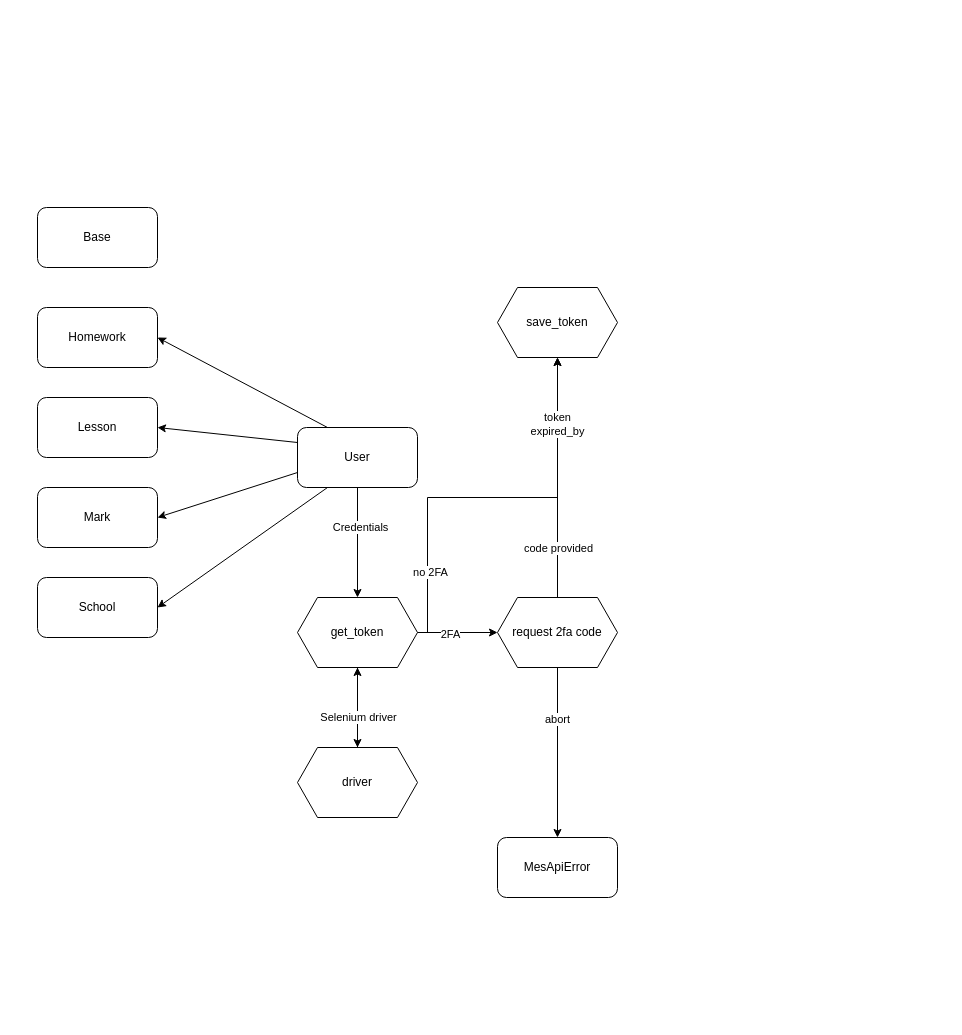
Above: MES.drawio in Mootfrost777/Diagrams (draw.io), before the change. Source tidied: cells renumbered, new cells numbered last; positions are measured from the earlier drawing's top-left corner, leaving out a move shared by most shapes. Both pictures are drawn from the tidied source at 100%, with x=0, y=0 at pixel (37, 207).
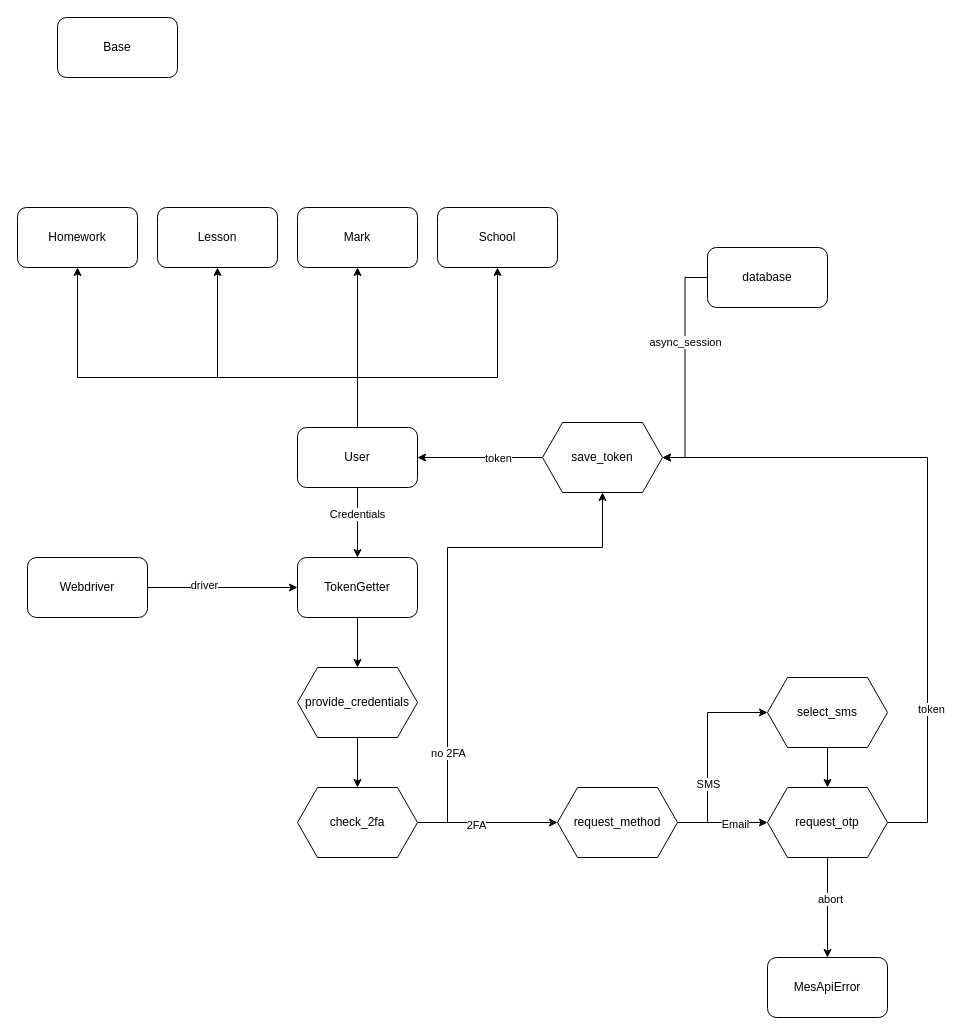
The same page after the edit.

What changed in the source:
```diff
@@
     <mxCell id="2" value="Base" style="rounded=1;whiteSpace=wrap;html=1;" parent="1" vertex="1">
-      <mxGeometry width="120" height="60" as="geometry" />
+      <mxGeometry x="20" y="-190" width="120" height="60" as="geometry" />
     </mxCell>
     <mxCell id="3" value="Homework" style="rounded=1;whiteSpace=wrap;html=1;" parent="1" vertex="1">
-      <mxGeometry y="100" width="120" height="60" as="geometry" />
+      <mxGeometry x="-20" width="120" height="60" as="geometry" />
     </mxCell>
     <mxCell id="4" value="Lesson" style="rounded=1;whiteSpace=wrap;html=1;" parent="1" vertex="1">
-      <mxGeometry y="190" width="120" height="60" as="geometry" />
+      <mxGeometry x="120" width="120" height="60" as="geometry" />
     </mxCell>
     <mxCell id="5" value="Mark" style="rounded=1;whiteSpace=wrap;html=1;" parent="1" vertex="1">
-      <mxGeometry y="280" width="120" height="60" as="geometry" />
+      <mxGeometry x="260" width="120" height="60" as="geometry" />
     </mxCell>
     <mxCell id="6" value="School" style="rounded=1;whiteSpace=wrap;html=1;" parent="1" vertex="1">
-      <mxGeometry y="370" width="120" height="60" as="geometry" />
+      <mxGeometry x="400" width="120" height="60" as="geometry" />
     </mxCell>
-    <mxCell id="7" style="edgeStyle=orthogonalEdgeStyle;rounded=0;jettySize=auto;html=1;" parent="1" edge="1" source="9" target="19">
-      <mxGeometry relative="1" as="geometry" />
-    </mxCell>
+    <mxCell id="31" style="edgeStyle=orthogonalEdgeStyle;rounded=0;jettySize=auto;html=1;entryX=0.5;entryY=0;entryDx=0;entryDy=0;" parent="1" edge="1" source="9" target="40">
+      <mxGeometry relative="1" as="geometry" />
+    </mxCell>
-    <mxCell id="8" value="Credentials" style="edgeLabel;html=1;align=center;verticalAlign=middle;" parent="7" vertex="1">
-      <mxGeometry x="-0.29" y="2" relative="1" as="geometry" />
+    <mxCell id="8" value="Credentials" style="edgeLabel;html=1;align=center;verticalAlign=middle;" parent="31" vertex="1">
+      <mxGeometry x="-0.26" y="-1" relative="1" as="geometry" />
     </mxCell>
-    <mxCell id="9" value="User" style="rounded=1;whiteSpace=wrap;html=1;" parent="1" vertex="1">
-      <mxGeometry x="260" y="220" width="120" height="60" as="geometry" />
-    </mxCell>
+    <mxCell id="12" style="edgeStyle=orthogonalEdgeStyle;rounded=0;jettySize=auto;html=1;entryX=0.5;entryY=1;entryDx=0;entryDy=0;" parent="1" edge="1" source="9" target="3">
+      <mxGeometry relative="1" as="geometry">
+        <Array as="points">
+          <mxPoint x="320" y="170" />
+          <mxPoint x="40" y="170" />
+        </Array>
+      </mxGeometry>
+    </mxCell>
-    <mxCell id="10" style="endArrow=classic;html=1;rounded=0;exitX=0;exitY=0.25;exitDx=0;exitDy=0;entryX=1;entryY=0.5;entryDx=0;entryDy=0;" parent="1" edge="1" source="9" target="4">
-      <mxGeometry relative="1" as="geometry" />
+    <mxCell id="10" style="edgeStyle=orthogonalEdgeStyle;rounded=0;jettySize=auto;html=1;entryX=0.5;entryY=1;entryDx=0;entryDy=0;" parent="1" edge="1" source="9" target="4">
+      <mxGeometry relative="1" as="geometry">
+        <Array as="points">
+          <mxPoint x="320" y="170" />
+          <mxPoint x="180" y="170" />
+        </Array>
+      </mxGeometry>
     </mxCell>
-    <mxCell id="11" style="endArrow=classic;html=1;rounded=0;exitX=0;exitY=0.75;exitDx=0;exitDy=0;entryX=1;entryY=0.5;entryDx=0;entryDy=0;" parent="1" edge="1" source="9" target="5">
+    <mxCell id="11" style="edgeStyle=orthogonalEdgeStyle;rounded=0;jettySize=auto;html=1;entryX=0.5;entryY=1;entryDx=0;entryDy=0;" parent="1" edge="1" source="9" target="5">
       <mxGeometry relative="1" as="geometry" />
     </mxCell>
-    <mxCell id="12" style="endArrow=classic;html=1;rounded=0;exitX=0.25;exitY=0;exitDx=0;exitDy=0;entryX=1;entryY=0.5;entryDx=0;entryDy=0;" parent="1" edge="1" source="9" target="3">
-      <mxGeometry relative="1" as="geometry" />
-    </mxCell>
-    <mxCell id="13" style="endArrow=classic;html=1;rounded=0;exitX=0.25;exitY=1;exitDx=0;exitDy=0;entryX=1;entryY=0.5;entryDx=0;entryDy=0;" parent="1" edge="1" source="9" target="6">
-      <mxGeometry relative="1" as="geometry" />
+    <mxCell id="13" style="edgeStyle=orthogonalEdgeStyle;rounded=0;jettySize=auto;html=1;entryX=0.5;entryY=1;entryDx=0;entryDy=0;" parent="1" edge="1" source="9" target="6">
+      <mxGeometry relative="1" as="geometry">
+        <Array as="points">
+          <mxPoint x="320" y="170" />
+          <mxPoint x="460" y="170" />
+        </Array>
+      </mxGeometry>
     </mxCell>
-    <mxCell id="14" style="edgeStyle=orthogonalEdgeStyle;rounded=0;jettySize=auto;html=1;entryX=0;entryY=0.5;entryDx=0;entryDy=0;" parent="1" edge="1" source="19" target="25">
-      <mxGeometry relative="1" as="geometry" />
-    </mxCell>
+    <mxCell id="9" value="User" style="rounded=1;whiteSpace=wrap;html=1;" parent="1" vertex="1">
+      <mxGeometry x="260" y="220" width="120" height="60" as="geometry" />
+    </mxCell>
+    <mxCell id="32" style="edgeStyle=orthogonalEdgeStyle;rounded=0;jettySize=auto;html=1;entryX=0.5;entryY=0;entryDx=0;entryDy=0;" parent="1" edge="1" source="19" target="52">
+      <mxGeometry relative="1" as="geometry" />
+    </mxCell>
+    <mxCell id="19" value="provide_credentials" style="shape=hexagon;perimeter=hexagonPerimeter2;whiteSpace=wrap;html=1;fixedSize=1;" parent="1" vertex="1">
+      <mxGeometry x="260" y="460" width="120" height="70" as="geometry" />
+    </mxCell>
+    <mxCell id="33" style="edgeStyle=orthogonalEdgeStyle;rounded=0;jettySize=auto;html=1;entryX=0;entryY=0.5;entryDx=0;entryDy=0;" parent="1" edge="1" source="25" target="49">
+      <mxGeometry relative="1" as="geometry">
+        <Array as="points">
+          <mxPoint x="670" y="615" />
+          <mxPoint x="670" y="505" />
+        </Array>
+      </mxGeometry>
+    </mxCell>
+    <mxCell id="34" value="SMS" style="edgeLabel;html=1;align=center;verticalAlign=middle;" parent="33" vertex="1">
+      <mxGeometry x="0.22" relative="1" as="geometry">
+        <mxPoint y="53" as="offset" />
+      </mxGeometry>
+    </mxCell>
+    <mxCell id="35" style="edgeStyle=orthogonalEdgeStyle;rounded=0;jettySize=auto;html=1;entryX=0;entryY=0.5;entryDx=0;entryDy=0;" parent="1" edge="1" source="25" target="47">
+      <mxGeometry relative="1" as="geometry" />
+    </mxCell>
+    <mxCell id="36" value="Email" style="edgeLabel;html=1;align=center;verticalAlign=middle;" parent="35" vertex="1">
+      <mxGeometry x="0.27" y="-1" relative="1" as="geometry" />
+    </mxCell>
+    <mxCell id="25" value="request_method" style="shape=hexagon;perimeter=hexagonPerimeter2;whiteSpace=wrap;html=1;fixedSize=1;" parent="1" vertex="1">
+      <mxGeometry x="520" y="580" width="120" height="70" as="geometry" />
+    </mxCell>
+    <mxCell id="29" value="MesApiError" style="rounded=1;whiteSpace=wrap;html=1;" parent="1" vertex="1">
+      <mxGeometry x="730" y="750" width="120" height="60" as="geometry" />
+    </mxCell>
+    <mxCell id="37" style="edgeStyle=orthogonalEdgeStyle;rounded=0;jettySize=auto;html=1;entryX=1;entryY=0.5;entryDx=0;entryDy=0;" parent="1" edge="1" source="30" target="9">
+      <mxGeometry relative="1" as="geometry" />
+    </mxCell>
+    <mxCell id="38" value="token" style="edgeLabel;html=1;align=center;verticalAlign=middle;" parent="37" vertex="1">
+      <mxGeometry x="0.18" y="2" relative="1" as="geometry">
+        <mxPoint x="29" y="-2" as="offset" />
+      </mxGeometry>
+    </mxCell>
+    <mxCell id="30" value="save_token" style="shape=hexagon;perimeter=hexagonPerimeter2;whiteSpace=wrap;html=1;fixedSize=1;" parent="1" vertex="1">
+      <mxGeometry x="505" y="215" width="120" height="70" as="geometry" />
+    </mxCell>
+    <mxCell id="39" style="edgeStyle=orthogonalEdgeStyle;rounded=0;jettySize=auto;html=1;" parent="1" edge="1" source="40" target="19">
+      <mxGeometry relative="1" as="geometry" />
+    </mxCell>
+    <mxCell id="40" value="TokenGetter" style="rounded=1;whiteSpace=wrap;html=1;" parent="1" vertex="1">
+      <mxGeometry x="260" y="350" width="120" height="60" as="geometry" />
+    </mxCell>
+    <mxCell id="41" style="edgeStyle=orthogonalEdgeStyle;rounded=0;jettySize=auto;html=1;entryX=1;entryY=0.5;entryDx=0;entryDy=0;" parent="1" edge="1" source="43" target="30">
+      <mxGeometry relative="1" as="geometry" />
+    </mxCell>
+    <mxCell id="42" value="async_session" style="edgeLabel;html=1;align=center;verticalAlign=middle;" parent="41" vertex="1">
+      <mxGeometry x="-0.23" relative="1" as="geometry" />
+    </mxCell>
+    <mxCell id="43" value="database" style="rounded=1;whiteSpace=wrap;html=1;" parent="1" vertex="1">
+      <mxGeometry x="670" y="40" width="120" height="60" as="geometry" />
+    </mxCell>
+    <mxCell id="44" style="edgeStyle=orthogonalEdgeStyle;rounded=0;jettySize=auto;html=1;" parent="1" edge="1" source="47" target="29">
+      <mxGeometry relative="1" as="geometry" />
+    </mxCell>
+    <mxCell id="24" value="abort" style="edgeLabel;html=1;align=center;verticalAlign=middle;" parent="44" vertex="1">
+      <mxGeometry x="-0.18" y="2" relative="1" as="geometry" />
+    </mxCell>
+    <mxCell id="45" style="edgeStyle=orthogonalEdgeStyle;rounded=0;jettySize=auto;html=1;entryX=1;entryY=0.5;entryDx=0;entryDy=0;" parent="1" edge="1" source="47" target="30">
+      <mxGeometry relative="1" as="geometry">
+        <Array as="points">
+          <mxPoint x="890" y="615" />
+          <mxPoint x="890" y="250" />
+        </Array>
+      </mxGeometry>
+    </mxCell>
+    <mxCell id="46" value="token" style="edgeLabel;html=1;align=center;verticalAlign=middle;" parent="45" vertex="1">
+      <mxGeometry x="-0.54" y="-3" relative="1" as="geometry" />
+    </mxCell>
+    <mxCell id="47" value="request_otp" style="shape=hexagon;perimeter=hexagonPerimeter2;whiteSpace=wrap;html=1;fixedSize=1;" parent="1" vertex="1">
+      <mxGeometry x="730" y="580" width="120" height="70" as="geometry" />
+    </mxCell>
+    <mxCell id="48" style="edgeStyle=orthogonalEdgeStyle;rounded=0;jettySize=auto;html=1;entryX=0.5;entryY=0;entryDx=0;entryDy=0;" parent="1" edge="1" source="49" target="47">
+      <mxGeometry relative="1" as="geometry" />
+    </mxCell>
+    <mxCell id="49" value="select_sms" style="shape=hexagon;perimeter=hexagonPerimeter2;whiteSpace=wrap;html=1;fixedSize=1;" parent="1" vertex="1">
+      <mxGeometry x="730" y="470" width="120" height="70" as="geometry" />
+    </mxCell>
+    <mxCell id="50" style="edgeStyle=orthogonalEdgeStyle;rounded=0;jettySize=auto;html=1;entryX=0;entryY=0.5;entryDx=0;entryDy=0;" parent="1" edge="1" source="52" target="25">
+      <mxGeometry relative="1" as="geometry" />
+    </mxCell>
-    <mxCell id="15" value="2FA" style="edgeLabel;html=1;align=center;verticalAlign=middle;" parent="14" vertex="1">
-      <mxGeometry x="-0.21" y="-1" relative="1" as="geometry" />
+    <mxCell id="15" value="2FA" style="edgeLabel;html=1;align=center;verticalAlign=middle;" parent="50" vertex="1">
+      <mxGeometry x="-0.17" y="-2" relative="1" as="geometry" />
     </mxCell>
-    <mxCell id="16" style="edgeStyle=orthogonalEdgeStyle;rounded=0;jettySize=auto;html=1;" parent="1" edge="1" source="19" target="22">
-      <mxGeometry relative="1" as="geometry" />
-    </mxCell>
-    <mxCell id="17" style="edgeStyle=orthogonalEdgeStyle;rounded=0;jettySize=auto;html=1;entryX=0.5;entryY=1;entryDx=0;entryDy=0;" parent="1" edge="1" source="19" target="30">
-      <mxGeometry relative="1" as="geometry">
-        <Array as="points">
-          <mxPoint x="390" y="425" />
-          <mxPoint x="390" y="290" />
-          <mxPoint x="520" y="290" />
-        </Array>
-      </mxGeometry>
-    </mxCell>
+    <mxCell id="51" style="edgeStyle=orthogonalEdgeStyle;rounded=0;jettySize=auto;html=1;entryX=0.5;entryY=1;entryDx=0;entryDy=0;" parent="1" edge="1" source="52" target="30">
+      <mxGeometry relative="1" as="geometry">
+        <Array as="points">
+          <mxPoint x="410" y="615" />
+          <mxPoint x="410" y="340" />
+          <mxPoint x="565" y="340" />
+        </Array>
+      </mxGeometry>
+    </mxCell>
-    <mxCell id="18" value="no 2FA" style="edgeLabel;html=1;align=center;verticalAlign=middle;" parent="17" vertex="1">
-      <mxGeometry x="-0.66" y="-2" relative="1" as="geometry" />
+    <mxCell id="18" value="no 2FA" style="edgeLabel;html=1;align=center;verticalAlign=middle;" parent="51" vertex="1">
+      <mxGeometry x="-0.61" relative="1" as="geometry" />
     </mxCell>
-    <mxCell id="19" value="get_token" style="shape=hexagon;perimeter=hexagonPerimeter2;whiteSpace=wrap;html=1;fixedSize=1;" parent="1" vertex="1">
-      <mxGeometry x="260" y="390" width="120" height="70" as="geometry" />
-    </mxCell>
-    <mxCell id="20" style="edgeStyle=orthogonalEdgeStyle;rounded=0;jettySize=auto;html=1;entryX=0.5;entryY=1;entryDx=0;entryDy=0;" parent="1" edge="1" source="22" target="19">
-      <mxGeometry relative="1" as="geometry">
-        <Array as="points">
-          <mxPoint x="320" y="460" />
-          <mxPoint x="320" y="460" />
-        </Array>
-      </mxGeometry>
-    </mxCell>
-    <mxCell id="21" value="Selenium driver" style="edgeLabel;html=1;align=center;verticalAlign=middle;" parent="20" vertex="1">
-      <mxGeometry x="-0.23" relative="1" as="geometry" />
-    </mxCell>
+    <mxCell id="52" value="check_2fa" style="shape=hexagon;perimeter=hexagonPerimeter2;whiteSpace=wrap;html=1;fixedSize=1;" parent="1" vertex="1">
+      <mxGeometry x="260" y="580" width="120" height="70" as="geometry" />
+    </mxCell>
+    <mxCell id="53" style="edgeStyle=orthogonalEdgeStyle;rounded=0;jettySize=auto;html=1;entryX=0;entryY=0.5;entryDx=0;entryDy=0;" parent="1" edge="1" source="54" target="40">
+      <mxGeometry relative="1" as="geometry" />
+    </mxCell>
-    <mxCell id="22" value="driver" style="shape=hexagon;perimeter=hexagonPerimeter2;whiteSpace=wrap;html=1;fixedSize=1;" parent="1" vertex="1">
-      <mxGeometry x="260" y="540" width="120" height="70" as="geometry" />
+    <mxCell id="22" value="driver" style="edgeLabel;html=1;align=center;verticalAlign=middle;points=[];" parent="53" vertex="1">
+      <mxGeometry x="-0.25" y="3" relative="1" as="geometry" />
     </mxCell>
-    <mxCell id="23" style="edgeStyle=orthogonalEdgeStyle;rounded=0;jettySize=auto;html=1;" parent="1" edge="1" source="25" target="29">
-      <mxGeometry relative="1" as="geometry" />
-    </mxCell>
-    <mxCell id="24" value="abort" style="edgeLabel;html=1;align=center;verticalAlign=middle;" parent="23" vertex="1">
-      <mxGeometry x="-0.4" y="-1" relative="1" as="geometry" />
-    </mxCell>
-    <mxCell id="25" value="request 2fa code" style="shape=hexagon;perimeter=hexagonPerimeter2;whiteSpace=wrap;html=1;fixedSize=1;" parent="1" vertex="1">
-      <mxGeometry x="460" y="390" width="120" height="70" as="geometry" />
-    </mxCell>
-    <mxCell id="26" style="endArrow=classic;html=1;rounded=0;exitX=0.5;exitY=0;exitDx=0;exitDy=0;entryX=0.5;entryY=1;entryDx=0;entryDy=0;" parent="1" edge="1" source="25" target="30">
-      <mxGeometry relative="1" as="geometry">
-        <Array as="points">
-          <mxPoint x="520" y="250" />
-        </Array>
-      </mxGeometry>
-    </mxCell>
-    <mxCell id="27" value="&lt;div&gt;code provided&lt;/div&gt;" style="edgeLabel;html=1;align=center;verticalAlign=middle;" parent="26" vertex="1">
-      <mxGeometry x="-0.46" y="3" relative="1" as="geometry">
-        <mxPoint x="3" y="15" as="offset" />
-      </mxGeometry>
-    </mxCell>
-    <mxCell id="28" value="token&lt;br&gt;expired_by" style="edgeLabel;html=1;align=center;verticalAlign=middle;" parent="26" vertex="1">
-      <mxGeometry x="0.45" y="1" relative="1" as="geometry" />
-    </mxCell>
-    <mxCell id="29" value="MesApiError" style="rounded=1;whiteSpace=wrap;html=1;" parent="1" vertex="1">
-      <mxGeometry x="460" y="630" width="120" height="60" as="geometry" />
-    </mxCell>
-    <mxCell id="30" value="save_token" style="shape=hexagon;perimeter=hexagonPerimeter2;whiteSpace=wrap;html=1;fixedSize=1;" parent="1" vertex="1">
-      <mxGeometry x="460" y="80" width="120" height="70" as="geometry" />
-    </mxCell>
+    <mxCell id="54" value="Webdriver" style="rounded=1;whiteSpace=wrap;html=1;" parent="1" vertex="1">
+      <mxGeometry x="-10" y="350" width="120" height="60" as="geometry" />
+    </mxCell>
```
